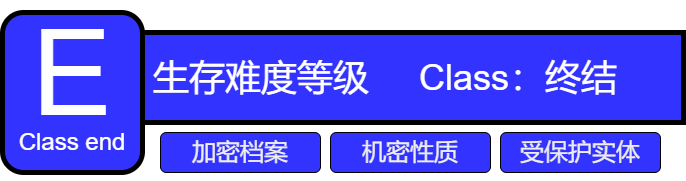
czz4188/BackroomsCN-mirahaze-documents keeps this draw.io diagram as czz-end.png. Above is the earlier version. Source tidied: cells renumbered, new cells last; positions are measured from the earlier drawing's top-left corner, leaving out a move shared by most shapes.
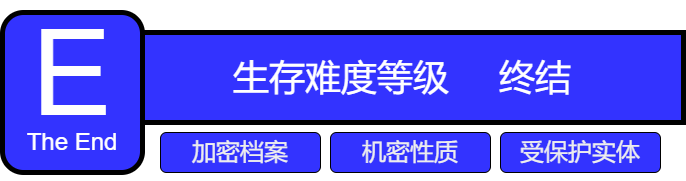
Above is the later version.

Change to the diagram source:
```diff
@@ -5,7 +5,7 @@
     <mxCell id="2" style="rounded=0;whiteSpace=wrap;html=1;fillColor=#3333FF;strokeColor=#000000;strokeWidth=5;glass=0;shadow=0;labelBackgroundColor=none;fontColor=#EEEEEE;" parent="1" vertex="1">
       <mxGeometry x="140" y="20" width="541" height="90" as="geometry" />
     </mxCell>
-    <mxCell id="3" value="&lt;font style=&quot;font-size: 36px; color: rgb(255, 255, 255);&quot;&gt;生存难度等级&amp;nbsp; &amp;nbsp; &amp;nbsp;&lt;/font&gt;&lt;span style=&quot;font-size: 36px; color: light-dark(rgb(255, 255, 255), rgb(18, 18, 18)); background-color: transparent;&quot;&gt;Class：终结&lt;/span&gt;" style="text;strokeColor=none;fillColor=none;align=left;verticalAlign=middle;spacingLeft=4;spacingRight=4;overflow=hidden;whiteSpace=wrap;html=1;rounded=0;glass=0;labelBackgroundColor=none;fontColor=#EEEEEE;" parent="1" vertex="1">
+    <mxCell id="3" value="&lt;font style=&quot;font-size: 36px; color: rgb(255, 255, 255);&quot;&gt;&amp;nbsp; &amp;nbsp; &amp;nbsp; &amp;nbsp; 生存难度等级&amp;nbsp; &amp;nbsp; &amp;nbsp;&lt;/font&gt;&lt;span style=&quot;font-size: 36px; color: light-dark(rgb(255, 255, 255), rgb(18, 18, 18)); background-color: transparent;&quot;&gt;终结&lt;/span&gt;" style="text;strokeColor=none;fillColor=none;align=left;verticalAlign=middle;spacingLeft=4;spacingRight=4;overflow=hidden;whiteSpace=wrap;html=1;rounded=0;glass=0;labelBackgroundColor=none;fontColor=#EEEEEE;" parent="1" vertex="1">
       <mxGeometry x="145" y="40" width="536" height="50" as="geometry" />
     </mxCell>
     <mxCell id="4" value="&lt;font style=&quot;font-size: 24px;&quot;&gt;受保护实体&lt;/font&gt;" style="rounded=1;whiteSpace=wrap;html=1;fillColor=#3333FF;strokeColor=#000000;labelBackgroundColor=none;fontColor=#EEEEEE;" parent="1" vertex="1">
@@ -23,7 +23,7 @@
     <mxCell id="8" value="&lt;font style=&quot;color: rgb(255, 255, 255); font-size: 120px;&quot;&gt;E&lt;/font&gt;" style="text;html=1;align=center;verticalAlign=middle;whiteSpace=wrap;rounded=0;labelBackgroundColor=none;fontColor=#EEEEEE;" parent="1" vertex="1">
       <mxGeometry x="20" width="100" height="120" as="geometry" />
     </mxCell>
-    <mxCell id="9" value="&lt;font style=&quot;color: rgb(255, 255, 255); font-size: 24px;&quot;&gt;Class end&lt;/font&gt;" style="text;html=1;align=center;verticalAlign=middle;whiteSpace=wrap;rounded=0;labelBackgroundColor=none;fontColor=#EEEEEE;" parent="1" vertex="1">
+    <mxCell id="9" value="&lt;font style=&quot;color: rgb(255, 255, 255); font-size: 24px;&quot;&gt;The End&lt;/font&gt;" style="text;html=1;align=center;verticalAlign=middle;whiteSpace=wrap;rounded=0;labelBackgroundColor=none;fontColor=#EEEEEE;" parent="1" vertex="1">
       <mxGeometry x="10" y="100" width="120" height="60" as="geometry" />
     </mxCell>
     <mxCell id="10" style="edgeStyle=orthogonalEdgeStyle;rounded=0;orthogonalLoop=1;jettySize=auto;html=1;exitX=0.5;exitY=1;exitDx=0;exitDy=0;strokeColor=#000000;" parent="1" edge="1" source="4" target="4">
```
